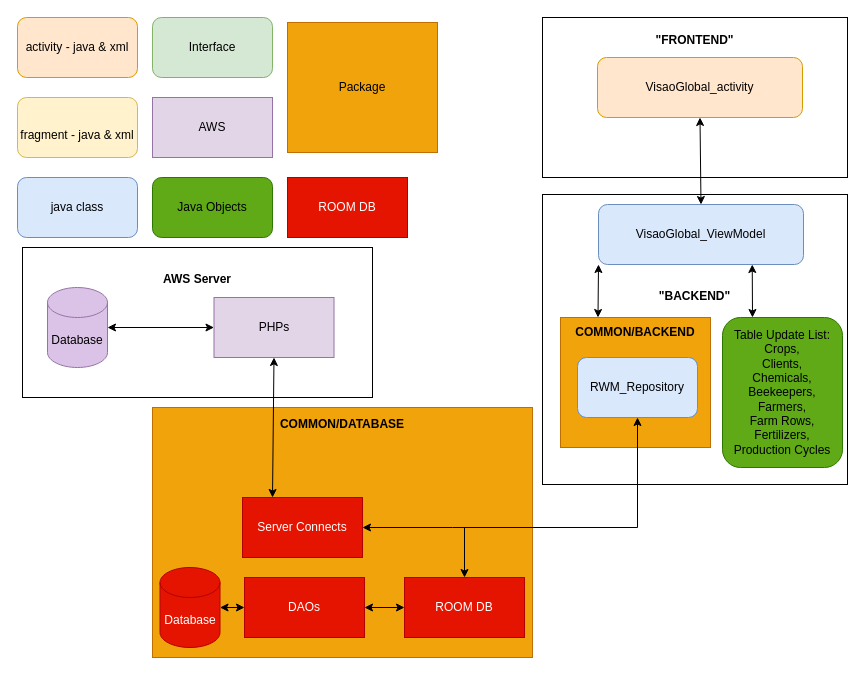
Earlier version of the draw.io diagram page "Overview" (2 of 10) of Untitled Diagram.drawio (BenBladow/rw_android_uml). Source tidied: cells renumbered, new cells numbered last; positions are measured from the earlier drawing's top-left corner, leaving out a move shared by most shapes. Both pictures are drawn from the tidied source at 100%, with x=0, y=0 at pixel (17, 17).
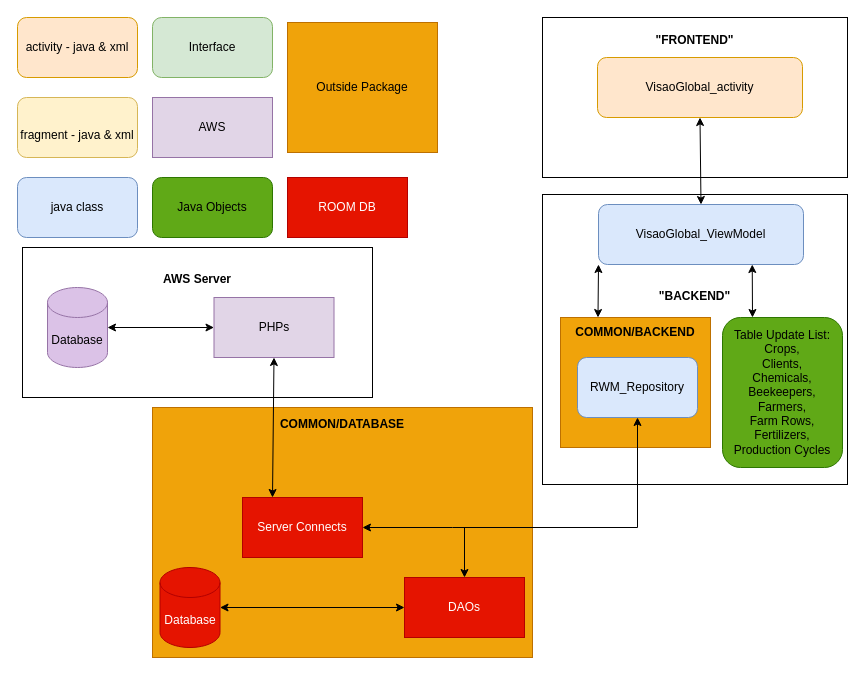
After the change.

The change refers to these unchanged cells:
```xml
<mxCell id="19" value="Database" style="shape=cylinder3;whiteSpace=wrap;html=1;boundedLbl=1;backgroundOutline=1;size=15;fillColor=#e51400;strokeColor=#B20000;fontColor=#ffffff;" parent="1" vertex="1">
  <mxGeometry x="142.5" y="550" width="60" height="80" as="geometry" />
</mxCell>
```

Change to the diagram source:
```diff
@@
-    <mxCell id="18" value="Package" style="rounded=0;whiteSpace=wrap;html=1;fillColor=#f0a30a;strokeColor=#BD7000;fontColor=#000000;" parent="1" vertex="1">
+    <mxCell id="18" value="Outside Package" style="rounded=0;whiteSpace=wrap;html=1;fillColor=#f0a30a;strokeColor=#BD7000;fontColor=#000000;" parent="1" vertex="1">
       <mxGeometry x="270" y="5" width="150" height="130" as="geometry" />
     </mxCell>
@@
-    <mxCell id="21" value="DAOs" style="rounded=0;whiteSpace=wrap;html=1;fillColor=#e51400;strokeColor=#B20000;fontColor=#ffffff;" parent="1" vertex="1">
-      <mxGeometry x="227" y="560" width="120" height="60" as="geometry" />
-    </mxCell>
-    <mxCell id="22" value="ROOM DB" style="rounded=0;whiteSpace=wrap;html=1;fillColor=#e51400;strokeColor=#B20000;fontColor=#ffffff;" parent="1" vertex="1">
+    <mxCell id="22" value="DAOs" style="rounded=0;whiteSpace=wrap;html=1;fillColor=#e51400;strokeColor=#B20000;fontColor=#ffffff;" parent="1" vertex="1">
       <mxGeometry x="387" y="560" width="120" height="60" as="geometry" />
     </mxCell>
@@
-    <mxCell id="29" style="endArrow=classic;startArrow=classic;html=1;rounded=0;exitX=1;exitY=0.5;exitDx=0;exitDy=0;entryX=0;entryY=0.5;entryDx=0;entryDy=0;" parent="1" edge="1" source="21" target="22">
+    <mxCell id="29" style="endArrow=classic;startArrow=classic;html=1;rounded=0;exitX=1;exitY=0.5;exitDx=0;exitDy=0;entryX=0;entryY=0.5;entryDx=0;entryDy=0;exitPerimeter=0;" parent="1" edge="1" source="19" target="22">
       <mxGeometry relative="1" as="geometry" />
     </mxCell>
-    <mxCell id="30" style="endArrow=classic;startArrow=classic;html=1;rounded=0;exitX=1;exitY=0.5;exitDx=0;exitDy=0;exitPerimeter=0;entryX=0;entryY=0.5;entryDx=0;entryDy=0;" parent="1" edge="1" source="19" target="21">
-      <mxGeometry relative="1" as="geometry" />
-    </mxCell>
```
